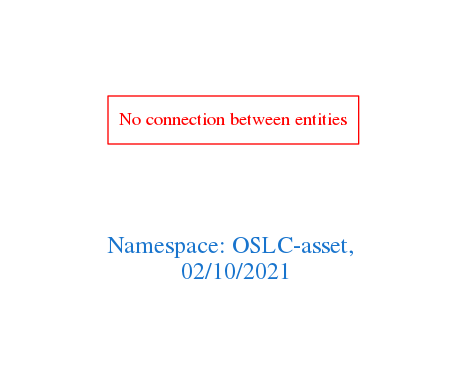
Earlier version of the Graphviz export downloads/OSLC-asset.png (arago/OGIT). Its source is kept beside it as downloads/OSLC-asset.dot.
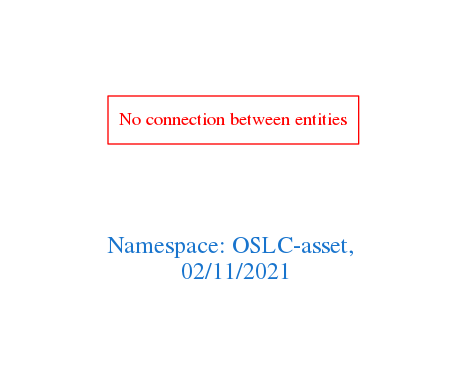
The same file after the commit.

Change to the diagram source:
```diff
@@ -1,7 +1,7 @@
 digraph OGIT_ontology {
  graph [ rankdir= LR,pad=1
 fontsize = 18,
-fontcolor= dodgerblue3,label = "\n\n\nNamespace: OSLC-asset, \n 02/10/2021"];
+fontcolor= dodgerblue3,label = "\n\n\nNamespace: OSLC-asset, \n 02/11/2021"];
 node[shape=polygon];
 edge [  color="gray81"];
 
```
